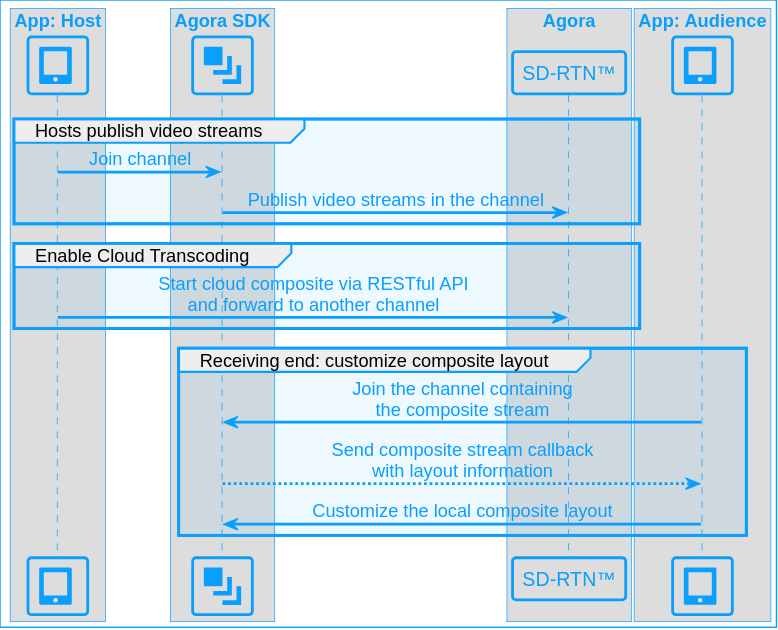
This is assets/images/video-sdk/multihost-workflow.svg from AgoraIO/Docs-Source, a PlantUML export, as it was before one commit.
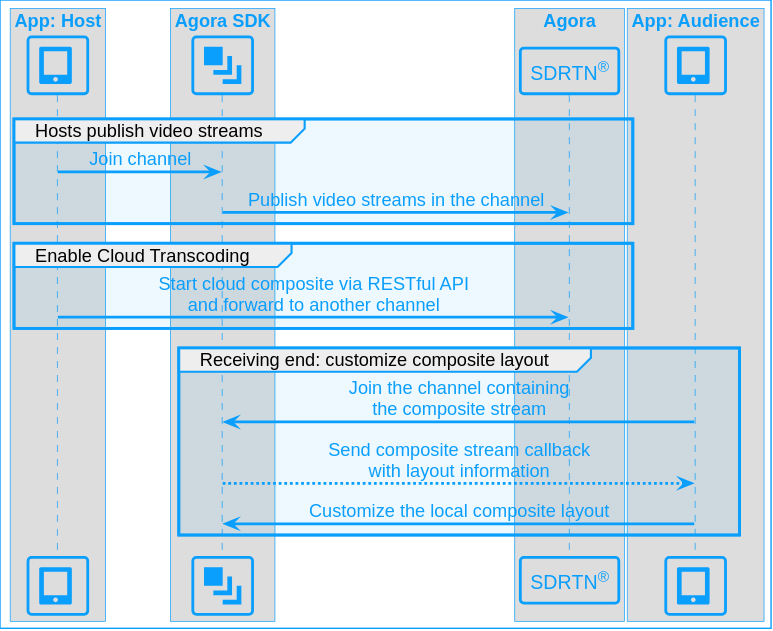
The same file after the commit.

Diff of the diagram source:
```diff
@@ -10,7 +10,7 @@
 end box
 
 box "Agora"
-participant "SD-RTN™" as API
+participant "SDRTN<sup>®</sup>" as API
 end box
 
 box "App: Audience"
```
